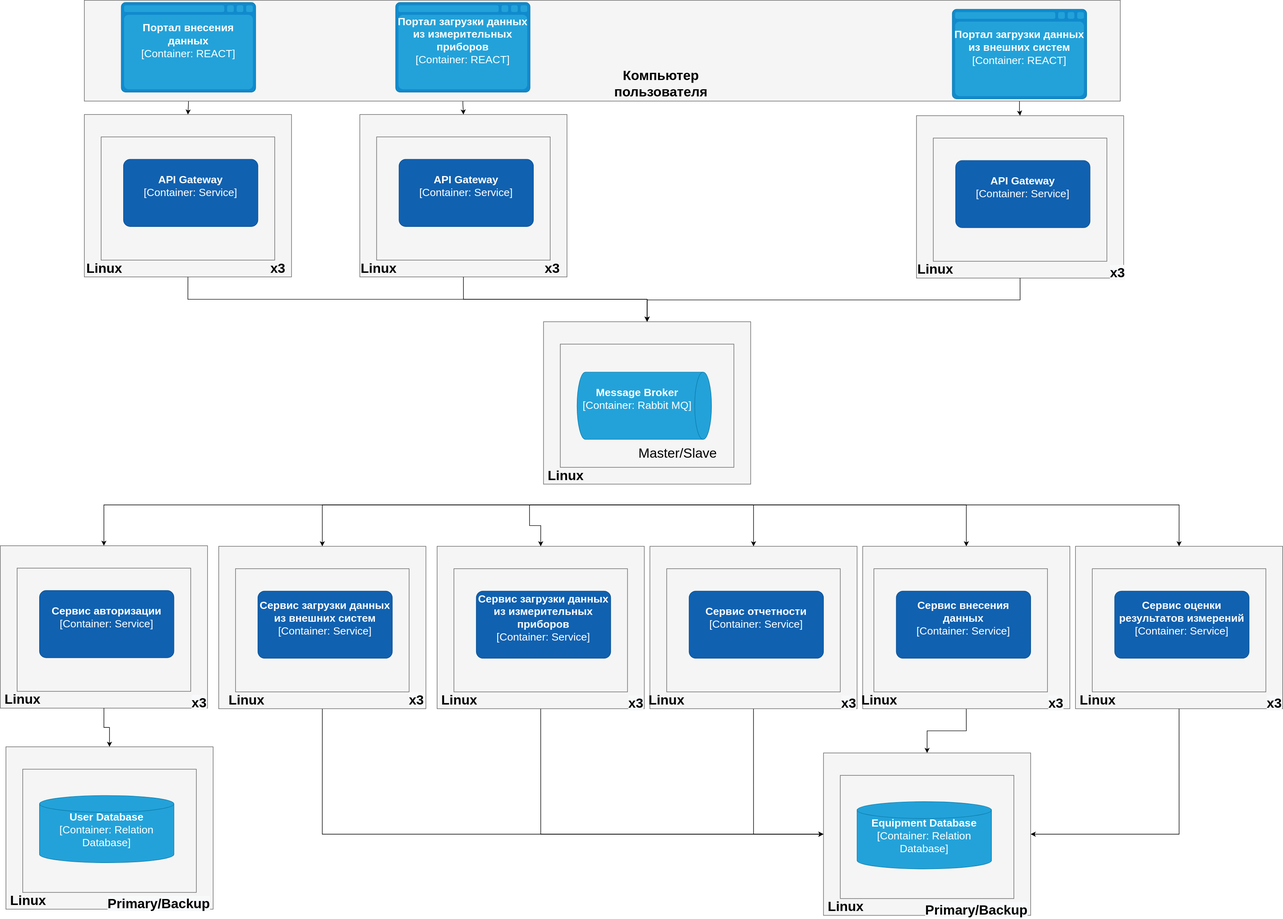
Before: Images/DeploymentScheme.svg, a diagram exported from draw.io (stranger-kos/otus_software_architecture). Source tidied: cells renumbered, new cells last; positions are measured from the earlier drawing's top-left corner, leaving out a move shared by most shapes.
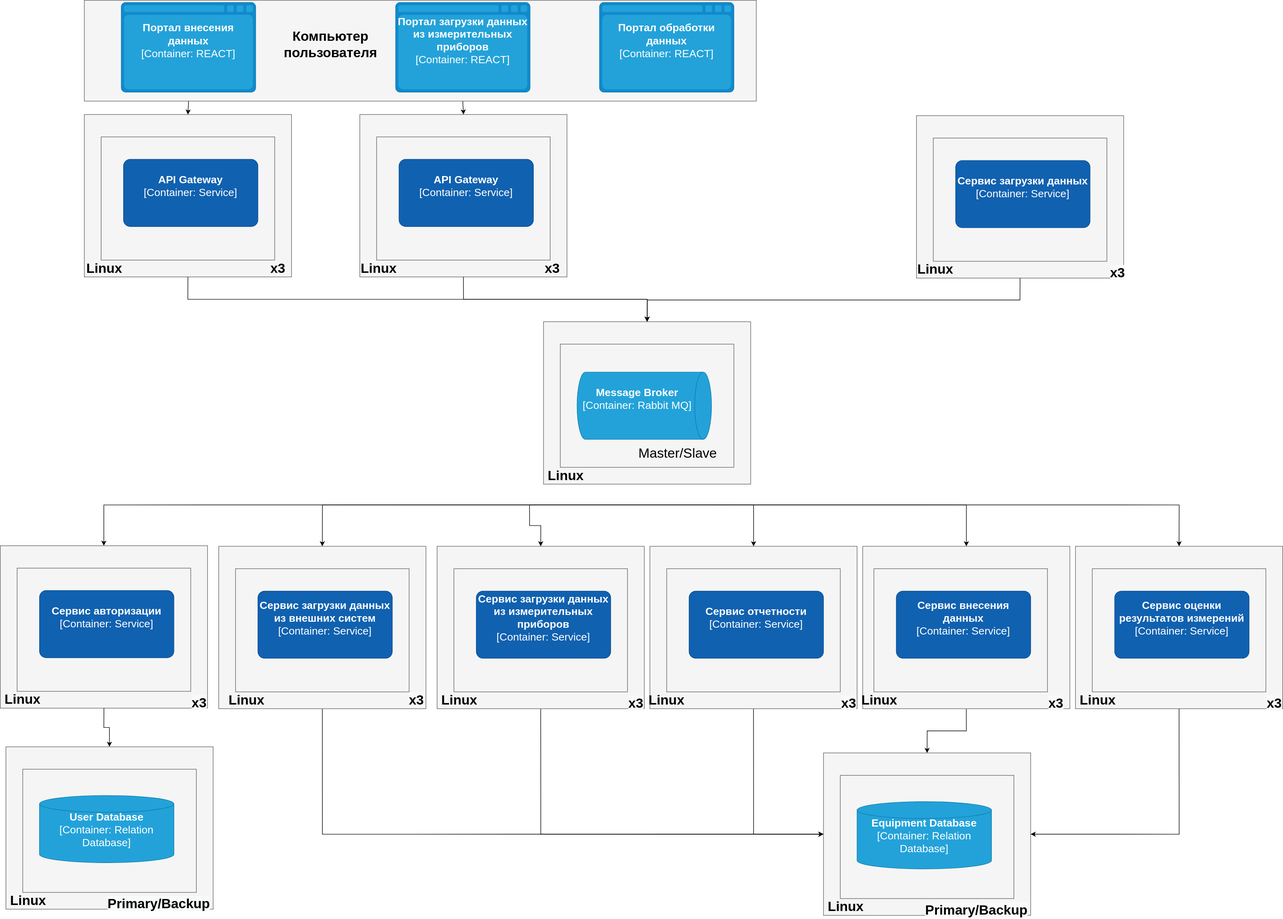
Later version of the same file.

Commit message:
add container scheme

The edit, as a diff of the source:
```diff
@@ -11,7 +11,7 @@
     <mxCell id="4" style="rounded=0;whiteSpace=wrap;html=1;fillColor=#f5f5f5;fontColor=#333333;strokeColor=#666666;fontSize=19;" parent="2" vertex="1">
       <mxGeometry x="30" y="40" width="310" height="220" as="geometry" />
     </mxCell>
-    <object id="5" label="&lt;font style=&quot;font-size: 19px;&quot;&gt;&lt;b style=&quot;font-size: 19px;&quot;&gt;%c4Name%&lt;/b&gt;&lt;/font&gt;&lt;div style=&quot;font-size: 19px;&quot;&gt;[%c4Type%]&lt;/div&gt;&lt;br style=&quot;font-size: 19px;&quot;&gt;&lt;div style=&quot;font-size: 19px;&quot;&gt;&lt;font style=&quot;font-size: 19px;&quot;&gt;&lt;font color=&quot;#cccccc&quot; style=&quot;font-size: 19px;&quot;&gt;%c4Description%&lt;/font&gt;&lt;/font&gt;&lt;/div&gt;" c4Description="" c4Name="API Gateway" c4Type="Container: Service" placeholders="1">
+    <object id="5" label="&lt;font style=&quot;font-size: 19px;&quot;&gt;&lt;b style=&quot;font-size: 19px;&quot;&gt;%c4Name%&lt;/b&gt;&lt;/font&gt;&lt;div style=&quot;font-size: 19px;&quot;&gt;[%c4Type%]&lt;/div&gt;&lt;br style=&quot;font-size: 19px;&quot;&gt;&lt;div style=&quot;font-size: 19px;&quot;&gt;&lt;font style=&quot;font-size: 19px;&quot;&gt;&lt;font color=&quot;#cccccc&quot; style=&quot;font-size: 19px;&quot;&gt;%c4Description%&lt;/font&gt;&lt;/font&gt;&lt;/div&gt;" c4Description="" c4Name="Сервис загрузки данных" c4Type="Container: Service" placeholders="1">
       <mxCell style="rounded=1;whiteSpace=wrap;html=1;labelBackgroundColor=none;fillColor=#1061B0;fontColor=#ffffff;align=center;arcSize=10;strokeColor=#0D5091;fontSize=19;" parent="2" vertex="1">
         <mxGeometry x="70" y="80" width="240" height="120" as="geometry" />
       </mxCell>
@@ -174,9 +174,6 @@
     <mxCell id="53" style="edgeStyle=orthogonalEdgeStyle;rounded=0;jettySize=auto;html=1;exitX=0.5;exitY=1;exitDx=0;exitDy=0;entryX=0.5;entryY=0;entryDx=0;entryDy=0;fontSize=19;" parent="1" edge="1" source="3" target="46">
       <mxGeometry relative="1" as="geometry" />
     </mxCell>
-    <mxCell id="54" style="edgeStyle=orthogonalEdgeStyle;rounded=0;jettySize=auto;html=1;exitX=0.5;exitY=1;exitDx=0;exitDy=0;exitPerimeter=0;fontSize=19;" parent="1" edge="1" source="77" target="3">
-      <mxGeometry relative="1" as="geometry" />
-    </mxCell>
     <mxCell id="55" style="edgeStyle=orthogonalEdgeStyle;rounded=0;jettySize=auto;html=1;exitX=0.5;exitY=1;exitDx=0;exitDy=0;entryX=0.5;entryY=0;entryDx=0;entryDy=0;fontSize=19;" parent="1" edge="1" source="39" target="46">
       <mxGeometry relative="1" as="geometry" />
     </mxCell>
@@ -249,7 +246,7 @@
       <mxGeometry x="340" y="260" width="30" height="30" as="geometry" />
     </mxCell>
     <mxCell id="74" style="rounded=0;whiteSpace=wrap;html=1;fillColor=#f5f5f5;fontColor=#333333;strokeColor=#666666;" parent="1" vertex="1">
-      <mxGeometry x="150" width="1850" height="180" as="geometry" />
+      <mxGeometry x="150" width="1200" height="180" as="geometry" />
     </mxCell>
     <object id="75" label="&lt;font style=&quot;font-size: 19px;&quot;&gt;&lt;b style=&quot;font-size: 19px;&quot;&gt;%c4Type%&lt;/b&gt;&lt;/font&gt;&lt;div style=&quot;font-size: 19px;&quot;&gt;[%c4Container%:&amp;nbsp;%c4Technology%]&lt;/div&gt;&lt;br style=&quot;font-size: 19px;&quot;&gt;&lt;div style=&quot;font-size: 19px;&quot;&gt;&lt;font style=&quot;font-size: 19px;&quot;&gt;&lt;font color=&quot;#E6E6E6&quot; style=&quot;font-size: 19px;&quot;&gt;%c4Description%&lt;/font&gt;&lt;/font&gt;&lt;/div&gt;" c4Container="Container" c4Description="" c4Technology="REACT" c4Type="Портал внесения данных" placeholders="1">
       <mxCell style="shape=mxgraph.c4.webBrowserContainer2;whiteSpace=wrap;html=1;boundedLbl=1;rounded=0;labelBackgroundColor=none;strokeColor=#118ACD;fillColor=#23A2D9;strokeColor=#118ACD;strokeColor2=#0E7DAD;fontSize=19;fontColor=#ffffff;align=center;points=[[0.5,0,0],[1,0.25,0],[1,0.5,0],[1,0.75,0],[0.5,1,0],[0,0.75,0],[0,0.5,0],[0,0.25,0]];" parent="1" vertex="1">
@@ -261,11 +258,6 @@
         <mxGeometry x="706" y="4" width="240" height="160" as="geometry" />
       </mxCell>
     </object>
-    <object id="77" label="&lt;font style=&quot;font-size: 19px;&quot;&gt;&lt;b style=&quot;font-size: 19px;&quot;&gt;%c4Type%&lt;/b&gt;&lt;/font&gt;&lt;div style=&quot;font-size: 19px;&quot;&gt;[%c4Container%:&amp;nbsp;%c4Technology%]&lt;/div&gt;&lt;br style=&quot;font-size: 19px;&quot;&gt;&lt;div style=&quot;font-size: 19px;&quot;&gt;&lt;font style=&quot;font-size: 19px;&quot;&gt;&lt;font color=&quot;#E6E6E6&quot; style=&quot;font-size: 19px;&quot;&gt;%c4Description%&lt;/font&gt;&lt;/font&gt;&lt;/div&gt;" c4Container="Container" c4Description="" c4Technology="REACT" c4Type="Портал загрузки данных из внешних систем" placeholders="1">
-      <mxCell style="shape=mxgraph.c4.webBrowserContainer2;whiteSpace=wrap;html=1;boundedLbl=1;rounded=0;labelBackgroundColor=none;strokeColor=#118ACD;fillColor=#23A2D9;strokeColor=#118ACD;strokeColor2=#0E7DAD;fontSize=19;fontColor=#ffffff;align=center;points=[[0.5,0,0],[1,0.25,0],[1,0.5,0],[1,0.75,0],[0.5,1,0],[0,0.75,0],[0,0.5,0],[0,0.25,0]];" parent="1" vertex="1">
-        <mxGeometry x="1700" y="16.1" width="240" height="160" as="geometry" />
-      </mxCell>
-    </object>
     <mxCell id="78" style="group;fontSize=19;" parent="1" vertex="1">
       <mxGeometry x="1530" y="975" width="370" height="290" as="geometry" />
     </mxCell>
@@ -327,7 +319,12 @@
       <mxGeometry x="20" y="260" width="60" height="30" as="geometry" />
     </mxCell>
     <mxCell id="96" value="Компьютер пользователя" style="text;html=1;strokeColor=none;fillColor=none;align=center;verticalAlign=middle;whiteSpace=wrap;rounded=0;fontSize=24;fontStyle=1;" parent="1" vertex="1">
-      <mxGeometry x="1150" y="134" width="60" height="30" as="geometry" />
+      <mxGeometry x="570" y="64" width="40" height="30" as="geometry" />
     </mxCell>
+    <object id="77" label="&lt;font style=&quot;font-size: 19px;&quot;&gt;&lt;b style=&quot;font-size: 19px;&quot;&gt;%c4Type%&lt;/b&gt;&lt;/font&gt;&lt;div style=&quot;font-size: 19px;&quot;&gt;[%c4Container%:&amp;nbsp;%c4Technology%]&lt;/div&gt;&lt;br style=&quot;font-size: 19px;&quot;&gt;&lt;div style=&quot;font-size: 19px;&quot;&gt;&lt;font style=&quot;font-size: 19px;&quot;&gt;&lt;font color=&quot;#E6E6E6&quot; style=&quot;font-size: 19px;&quot;&gt;%c4Description%&lt;/font&gt;&lt;/font&gt;&lt;/div&gt;" c4Container="Container" c4Description="" c4Technology="REACT" c4Type="Портал обработки данных" placeholders="1">
+      <mxCell style="shape=mxgraph.c4.webBrowserContainer2;whiteSpace=wrap;html=1;boundedLbl=1;rounded=0;labelBackgroundColor=none;strokeColor=#118ACD;fillColor=#23A2D9;strokeColor=#118ACD;strokeColor2=#0E7DAD;fontSize=19;fontColor=#ffffff;align=center;points=[[0.5,0,0],[1,0.25,0],[1,0.5,0],[1,0.75,0],[0.5,1,0],[0,0.75,0],[0,0.5,0],[0,0.25,0]];" parent="1" vertex="1">
+        <mxGeometry x="1070" y="4" width="240" height="160" as="geometry" />
+      </mxCell>
+    </object>
   </root>
 </mxGraphModel>
```
